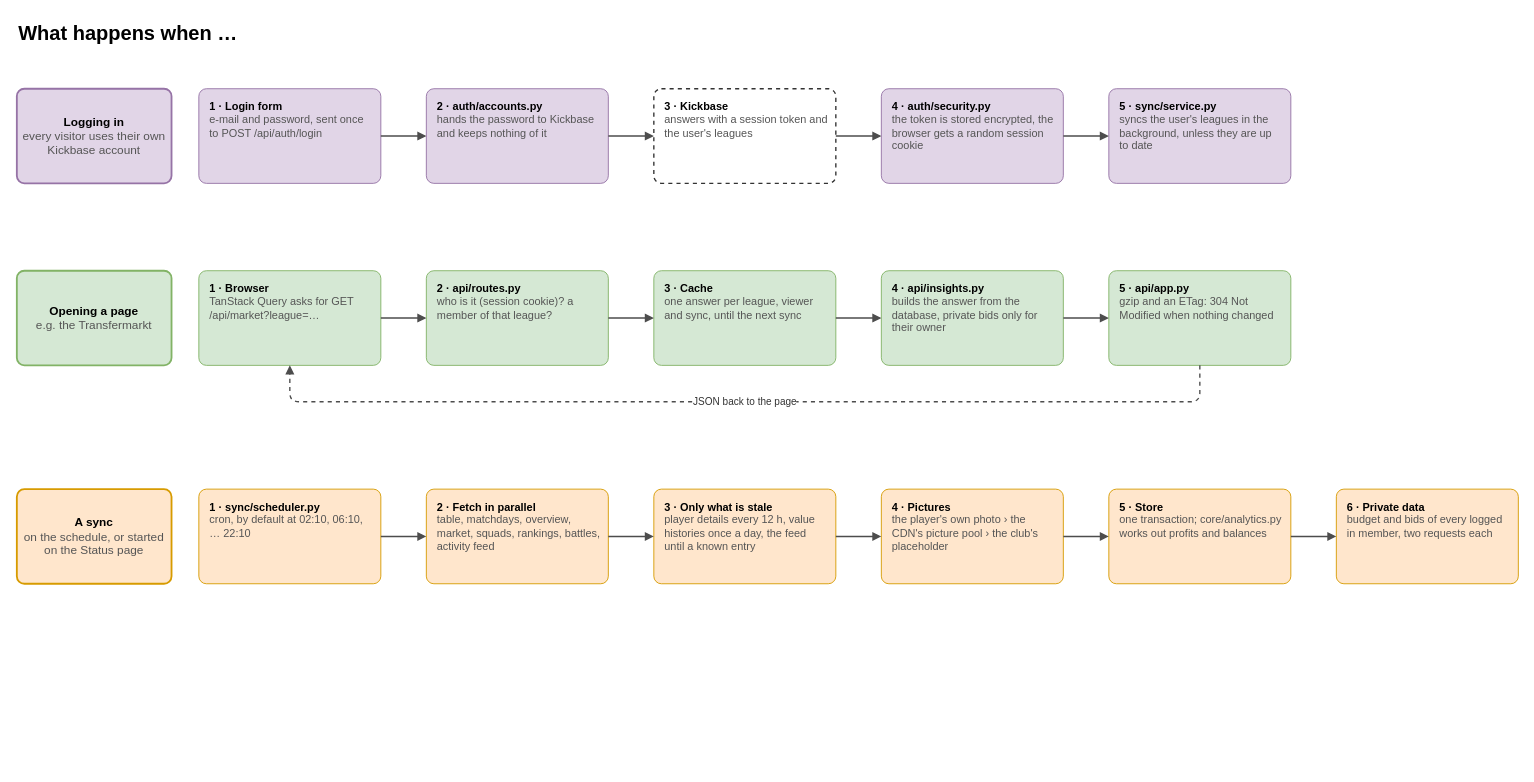
Before: page "What happens when …" (2 of 2) of docs/architecture.drawio in casudo/Kickbase-Insights, a draw.io diagram. Source tidied: cells renumbered, new cells numbered last; positions are measured from the earlier drawing's top-left corner, leaving out a move shared by most shapes. Both pictures are drawn from the tidied source at 91%, with x=0, y=0 at pixel (16, 15).
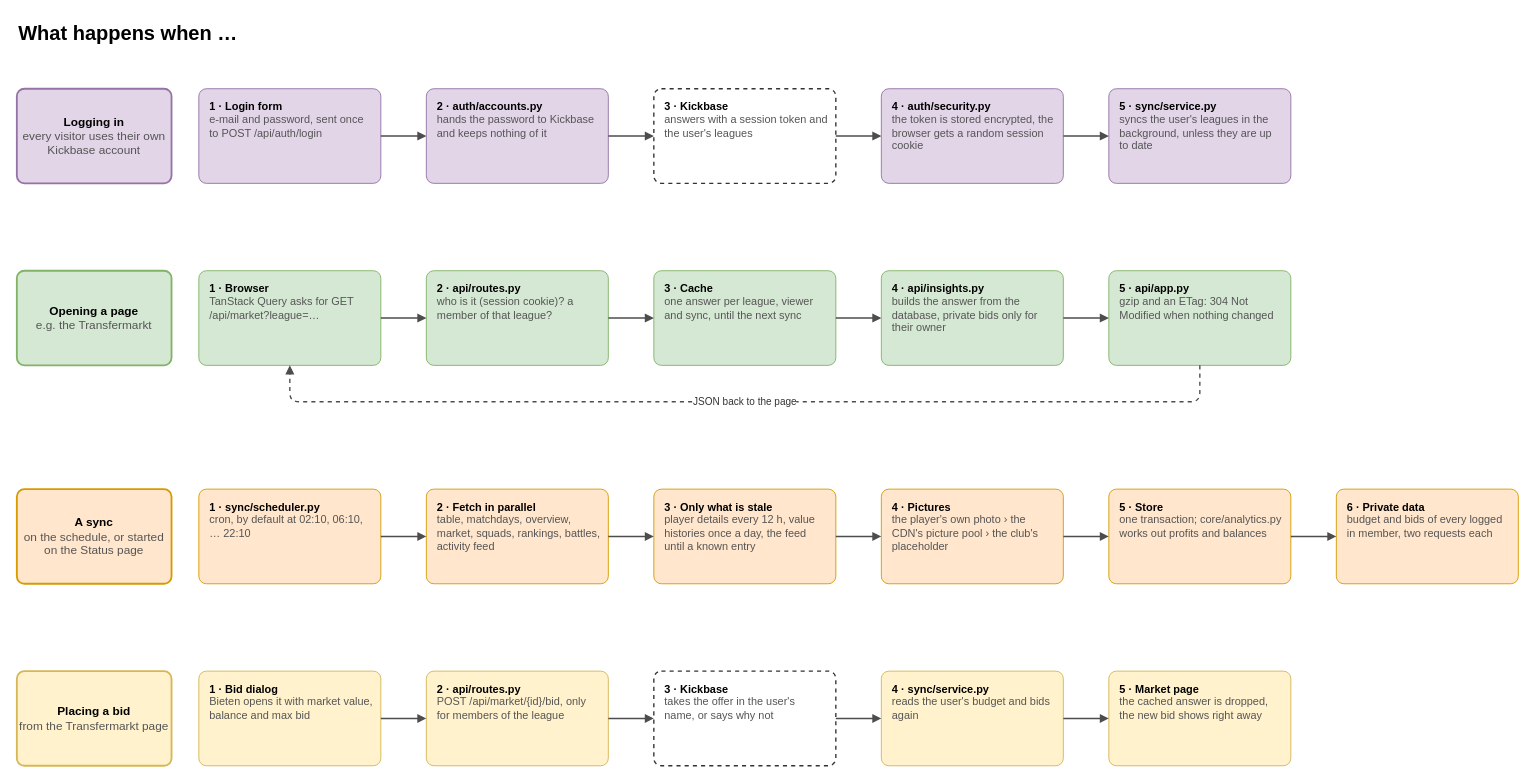
The same page after the edit.

What changed in the source:
```diff
@@
+    <mxCell id="36" value="&lt;b&gt;Placing a bid&lt;/b&gt;&lt;br&gt;&lt;font color=&quot;#555555&quot;&gt;from the Transfermarkt page&lt;/font&gt;" style="rounded=1;whiteSpace=wrap;html=1;arcSize=8;fontSize=13;strokeWidth=2;fillColor=#fff2cc;strokeColor=#d6b656;" parent="1" vertex="1">
+      <mxGeometry y="720" width="170" height="104" as="geometry" />
+    </mxCell>
+    <mxCell id="37" value="&lt;b&gt;1 · Bid dialog&lt;/b&gt;&lt;br&gt;&lt;font color=&quot;#555555&quot;&gt;Bieten opens it with market value, balance and max bid&lt;/font&gt;" style="rounded=1;whiteSpace=wrap;html=1;arcSize=8;align=left;verticalAlign=top;spacingLeft=10;spacingRight=8;spacingTop=6;fontSize=12;fillColor=#fff2cc;strokeColor=#d6b656;" parent="1" vertex="1">
+      <mxGeometry x="200" y="720" width="200" height="104" as="geometry" />
+    </mxCell>
+    <mxCell id="38" value="&lt;b&gt;2 · api/routes.py&lt;/b&gt;&lt;br&gt;&lt;font color=&quot;#555555&quot;&gt;POST /api/market/{id}/bid, only for members of the league&lt;/font&gt;" style="rounded=1;whiteSpace=wrap;html=1;arcSize=8;align=left;verticalAlign=top;spacingLeft=10;spacingRight=8;spacingTop=6;fontSize=12;fillColor=#fff2cc;strokeColor=#d6b656;" parent="1" vertex="1">
+      <mxGeometry x="450" y="720" width="200" height="104" as="geometry" />
+    </mxCell>
+    <mxCell id="39" value="&lt;b&gt;3 · Kickbase&lt;/b&gt;&lt;br&gt;&lt;font color=&quot;#555555&quot;&gt;takes the offer in the user's name, or says why not&lt;/font&gt;" style="rounded=1;whiteSpace=wrap;html=1;arcSize=8;align=left;verticalAlign=top;spacingLeft=10;spacingRight=8;spacingTop=6;fontSize=12;fillColor=#ffffff;strokeColor=#333333;dashed=1;strokeWidth=1.5;" parent="1" vertex="1">
+      <mxGeometry x="700" y="720" width="200" height="104" as="geometry" />
+    </mxCell>
+    <mxCell id="40" value="&lt;b&gt;4 · sync/service.py&lt;/b&gt;&lt;br&gt;&lt;font color=&quot;#555555&quot;&gt;reads the user's budget and bids again&lt;/font&gt;" style="rounded=1;whiteSpace=wrap;html=1;arcSize=8;align=left;verticalAlign=top;spacingLeft=10;spacingRight=8;spacingTop=6;fontSize=12;fillColor=#fff2cc;strokeColor=#d6b656;" parent="1" vertex="1">
+      <mxGeometry x="950" y="720" width="200" height="104" as="geometry" />
+    </mxCell>
+    <mxCell id="41" value="&lt;b&gt;5 · Market page&lt;/b&gt;&lt;br&gt;&lt;font color=&quot;#555555&quot;&gt;the cached answer is dropped, the new bid shows right away&lt;/font&gt;" style="rounded=1;whiteSpace=wrap;html=1;arcSize=8;align=left;verticalAlign=top;spacingLeft=10;spacingRight=8;spacingTop=6;fontSize=12;fillColor=#fff2cc;strokeColor=#d6b656;" parent="1" vertex="1">
+      <mxGeometry x="1200" y="720" width="200" height="104" as="geometry" />
+    </mxCell>
+    <mxCell id="42" style="edgeStyle=orthogonalEdgeStyle;rounded=1;jettySize=auto;html=1;endArrow=block;endFill=1;strokeColor=#4d4d4d;strokeWidth=1.5;fontSize=11;fontColor=#333333;labelBackgroundColor=#ffffff;exitX=1;exitY=0.5;exitDx=0;exitDy=0;entryX=0;entryY=0.5;entryDx=0;entryDy=0;" parent="1" edge="1" source="37" target="38">
+      <mxGeometry relative="1" as="geometry" />
+    </mxCell>
+    <mxCell id="43" style="edgeStyle=orthogonalEdgeStyle;rounded=1;jettySize=auto;html=1;endArrow=block;endFill=1;strokeColor=#4d4d4d;strokeWidth=1.5;fontSize=11;fontColor=#333333;labelBackgroundColor=#ffffff;exitX=1;exitY=0.5;exitDx=0;exitDy=0;entryX=0;entryY=0.5;entryDx=0;entryDy=0;" parent="1" edge="1" source="38" target="39">
+      <mxGeometry relative="1" as="geometry" />
+    </mxCell>
+    <mxCell id="44" style="edgeStyle=orthogonalEdgeStyle;rounded=1;jettySize=auto;html=1;endArrow=block;endFill=1;strokeColor=#4d4d4d;strokeWidth=1.5;fontSize=11;fontColor=#333333;labelBackgroundColor=#ffffff;exitX=1;exitY=0.5;exitDx=0;exitDy=0;entryX=0;entryY=0.5;entryDx=0;entryDy=0;" parent="1" edge="1" source="39" target="40">
+      <mxGeometry relative="1" as="geometry" />
+    </mxCell>
+    <mxCell id="45" style="edgeStyle=orthogonalEdgeStyle;rounded=1;jettySize=auto;html=1;endArrow=block;endFill=1;strokeColor=#4d4d4d;strokeWidth=1.5;fontSize=11;fontColor=#333333;labelBackgroundColor=#ffffff;exitX=1;exitY=0.5;exitDx=0;exitDy=0;entryX=0;entryY=0.5;entryDx=0;entryDy=0;" parent="1" edge="1" source="40" target="41">
+      <mxGeometry relative="1" as="geometry" />
+    </mxCell>
```
